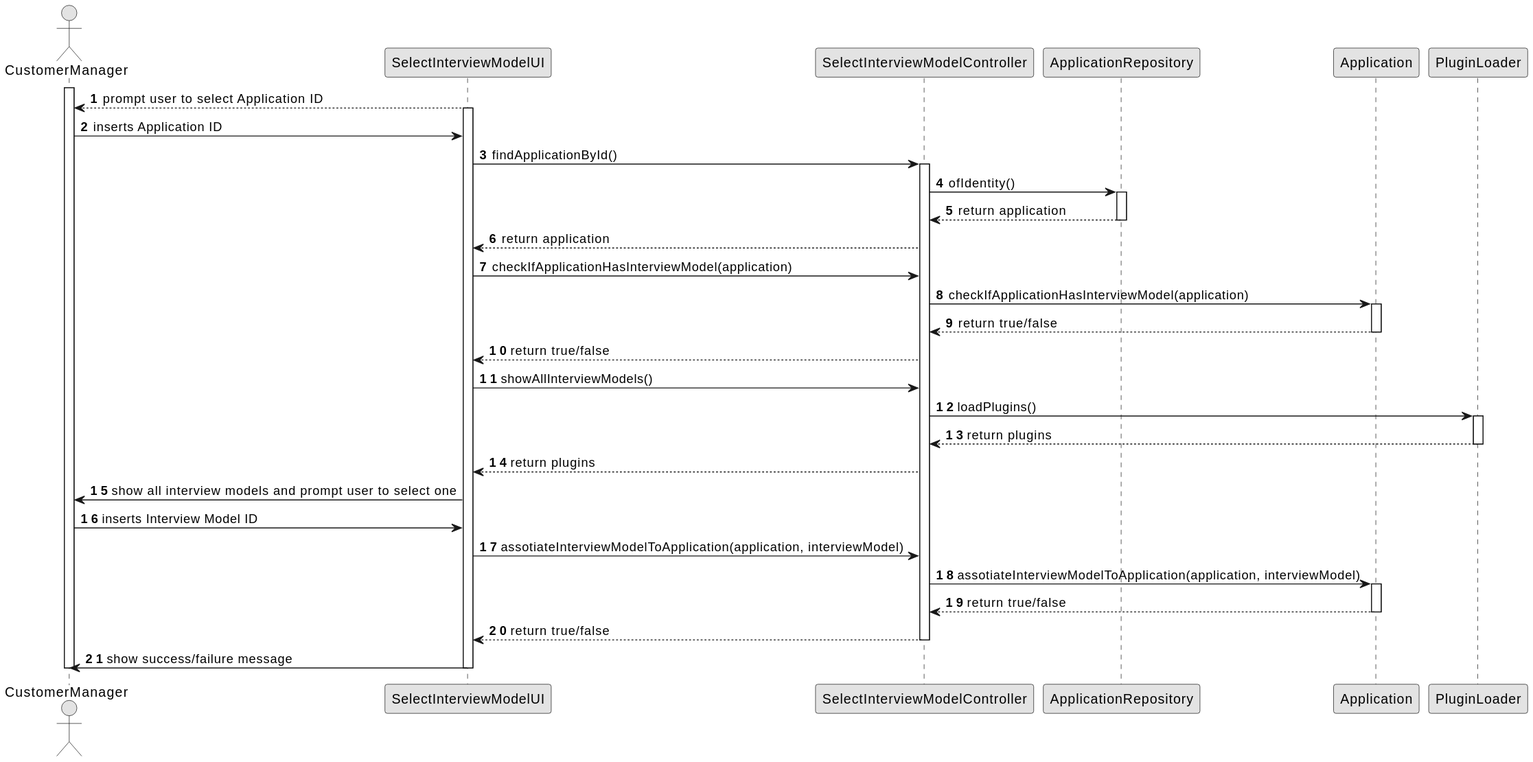
Before: docs/Sprint B/us_1011/sequence-diagram.svg, a diagram exported from PlantUML (Goncalves2525/Jobs4U-Talent-Acquisition-Management-System). Source of this version:
```plantuml
@startuml
skinparam monochrome true
skinparam packageStyle rectangle
skinparam shadowing false

autonumber

actor "CustomerManager" as CM
participant "SelectInterviewModelUI" as UI
participant "SelectInterviewModelController" as CTRL
participant "ApplicationRepository" as APPREPO
participant "Application" as APP
participant "PluginLoader" as PLUG





activate CM
    UI --> CM : prompt user to select Application ID
    activate UI
        CM -> UI : inserts Application ID
        UI -> CTRL : findApplicationById()
        activate CTRL
            CTRL -> APPREPO : ofIdentity()
            activate APPREPO
            APPREPO --> CTRL : return application
            deactivate APPREPO
            CTRL --> UI : return application
            UI -> CTRL : checkIfApplicationHasInterviewModel(application)
            CTRL -> APP : checkIfApplicationHasInterviewModel(application)
            activate APP
                APP --> CTRL : return true/false
            deactivate APP
            CTRL --> UI : return true/false
            UI -> CTRL : showAllInterviewModels()
            CTRL -> PLUG : loadPlugins()
            activate PLUG
                PLUG --> CTRL : return plugins
            deactivate PLUG
            CTRL --> UI : return plugins
            UI -> CM : show all interview models and prompt user to select one
            CM -> UI : inserts Interview Model ID
            UI -> CTRL : assotiateInterviewModelToApplication(application, interviewModel)
            CTRL -> APP : assotiateInterviewModelToApplication(application, interviewModel)
            activate APP
                APP --> CTRL : return true/false
            deactivate APP
            CTRL --> UI : return true/false
        deactivate CTRL
        UI -> CM : show success/failure message
    deactivate UI
deactivate CM
@enduml
```
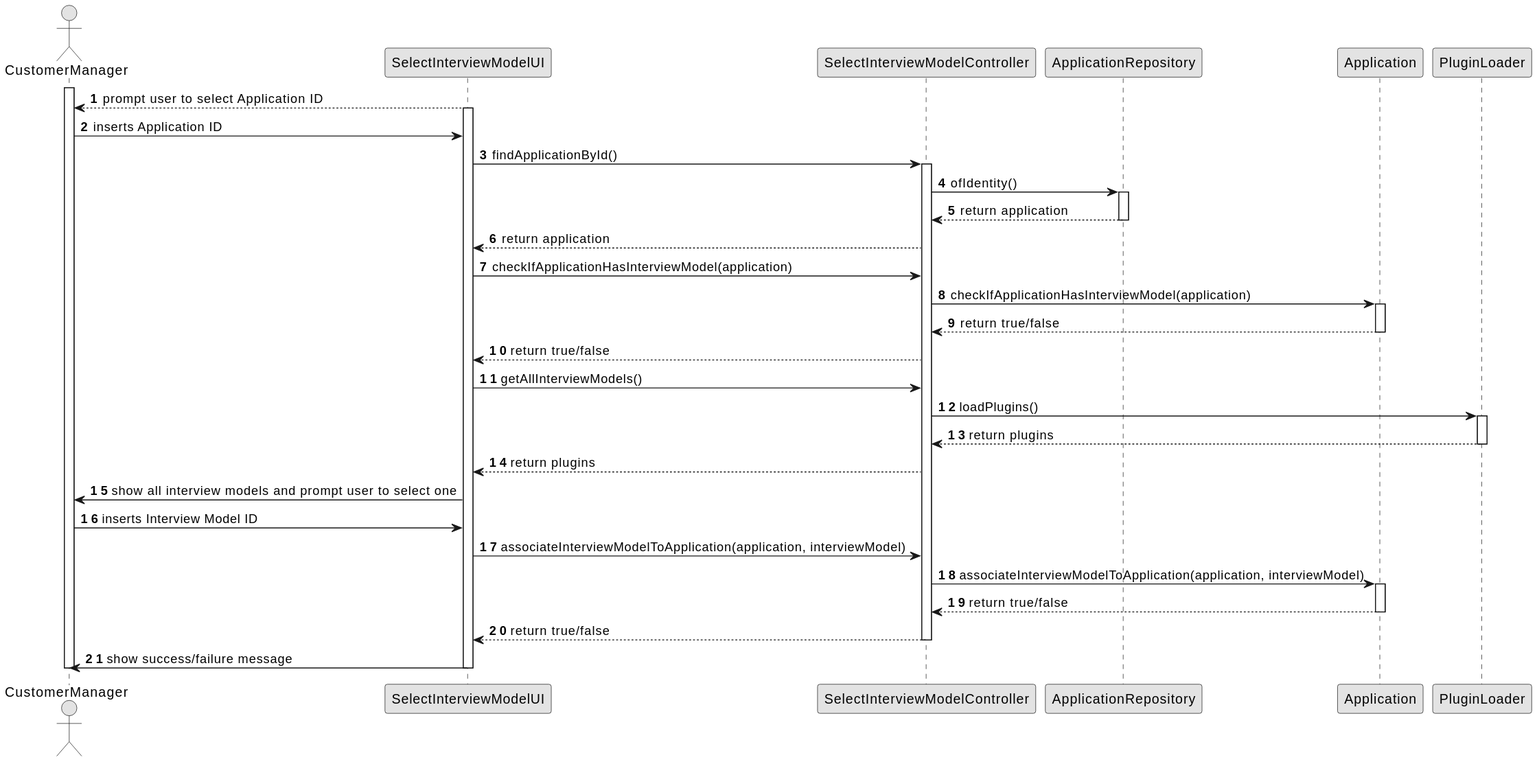
After the change.

Change to the diagram source:
```diff
@@ -33,7 +33,7 @@
                 APP --> CTRL : return true/false
             deactivate APP
             CTRL --> UI : return true/false
-            UI -> CTRL : showAllInterviewModels()
+            UI -> CTRL : getAllInterviewModels()
             CTRL -> PLUG : loadPlugins()
             activate PLUG
                 PLUG --> CTRL : return plugins
@@ -41,8 +41,8 @@
             CTRL --> UI : return plugins
             UI -> CM : show all interview models and prompt user to select one
             CM -> UI : inserts Interview Model ID
-            UI -> CTRL : assotiateInterviewModelToApplication(application, interviewModel)
-            CTRL -> APP : assotiateInterviewModelToApplication(application, interviewModel)
+            UI -> CTRL : associateInterviewModelToApplication(application, interviewModel)
+            CTRL -> APP : associateInterviewModelToApplication(application, interviewModel)
             activate APP
                 APP --> CTRL : return true/false
             deactivate APP
```
